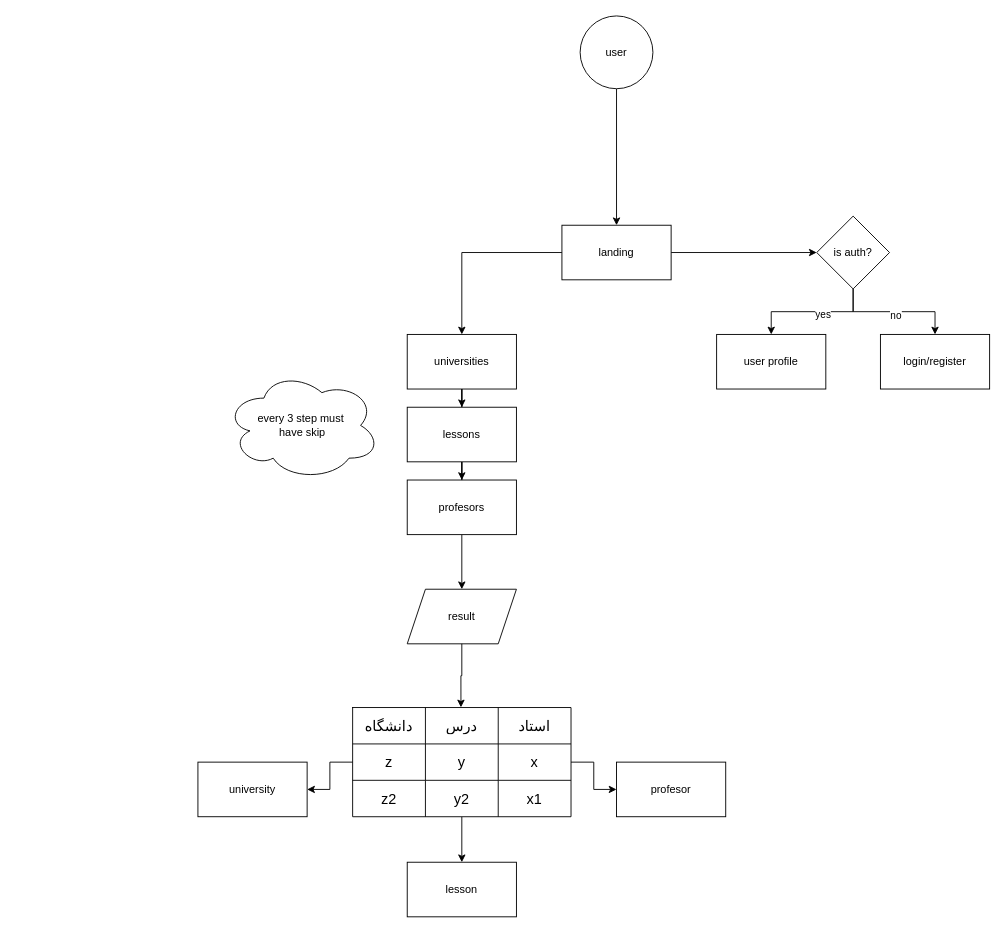
This is ostadbun-userFlow.drawio from ostadbun/docs, a draw.io file, before an edit. Source tidied: cells renumbered, new cells numbered last; positions are measured from the earlier drawing's top-left corner, leaving out a move shared by most shapes. Both pictures are drawn from the tidied source at 91%, with x=0, y=0 at pixel (197, 15).
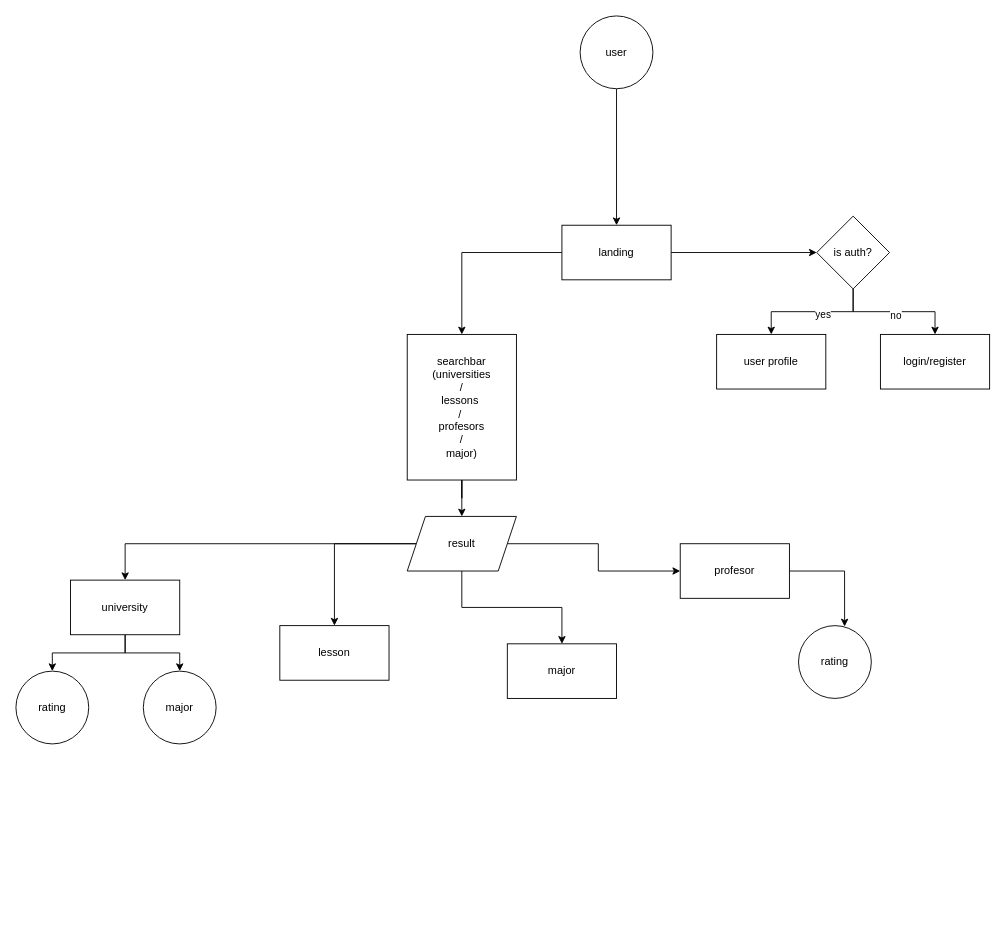
Above is the later version.

Diff of the diagram source:
```diff
@@
-    <mxCell id="7" style="edgeStyle=orthogonalEdgeStyle;rounded=0;jettySize=auto;html=1;" parent="1" edge="1" source="8" target="19">
-      <mxGeometry relative="1" as="geometry" />
+    <mxCell id="7" style="edgeStyle=orthogonalEdgeStyle;rounded=0;jettySize=auto;html=1;" parent="1" edge="1" source="8">
+      <mxGeometry relative="1" as="geometry">
+        <mxPoint x="290" y="430" as="targetPoint" />
+      </mxGeometry>
     </mxCell>
+    <mxCell id="42" style="edgeStyle=orthogonalEdgeStyle;rounded=0;jettySize=auto;html=1;" parent="1" edge="1" source="8" target="20">
+      <mxGeometry relative="1" as="geometry" />
+    </mxCell>
-    <mxCell id="8" value="universities" style="whiteSpace=wrap;html=1;" parent="1" vertex="1">
-      <mxGeometry x="230" y="350" width="120" height="60" as="geometry" />
+    <mxCell id="8" value="searchbar&lt;div&gt;(universities&lt;div&gt;/&lt;/div&gt;&lt;div&gt;lessons&amp;nbsp;&lt;br&gt;&lt;span style=&quot;background-color: transparent; color: light-dark(rgb(0, 0, 0), rgb(255, 255, 255));&quot;&gt;/&amp;nbsp;&lt;br&gt;&lt;/span&gt;&lt;span style=&quot;background-color: transparent; color: light-dark(rgb(0, 0, 0), rgb(255, 255, 255));&quot;&gt;profesors&lt;br&gt;/&lt;br&gt;major)&lt;/span&gt;&lt;/div&gt;&lt;/div&gt;" style="whiteSpace=wrap;html=1;" parent="1" vertex="1">
+      <mxGeometry x="230" y="350" width="120" height="160" as="geometry" />
     </mxCell>
-    <mxCell id="9" style="edgeStyle=orthogonalEdgeStyle;rounded=0;jettySize=auto;html=1;" parent="1" edge="1" source="10" target="20">
-      <mxGeometry relative="1" as="geometry" />
-    </mxCell>
-    <mxCell id="10" value="profesors" style="whiteSpace=wrap;html=1;" parent="1" vertex="1">
-      <mxGeometry x="230" y="510" width="120" height="60" as="geometry" />
-    </mxCell>
@@
-    <mxCell id="18" style="edgeStyle=orthogonalEdgeStyle;rounded=0;jettySize=auto;html=1;" parent="1" edge="1" source="19" target="10">
-      <mxGeometry relative="1" as="geometry" />
-    </mxCell>
-    <mxCell id="19" value="lessons" style="whiteSpace=wrap;html=1;" parent="1" vertex="1">
-      <mxGeometry x="230" y="430" width="120" height="60" as="geometry" />
-    </mxCell>
+    <mxCell id="43" style="edgeStyle=orthogonalEdgeStyle;rounded=0;jettySize=auto;html=1;" parent="1" edge="1" source="20" target="39">
+      <mxGeometry relative="1" as="geometry" />
+    </mxCell>
+    <mxCell id="44" style="edgeStyle=orthogonalEdgeStyle;rounded=0;jettySize=auto;html=1;" parent="1" edge="1" source="20" target="37">
+      <mxGeometry relative="1" as="geometry" />
+    </mxCell>
+    <mxCell id="45" style="edgeStyle=orthogonalEdgeStyle;rounded=0;jettySize=auto;html=1;" parent="1" edge="1" source="20" target="38">
+      <mxGeometry relative="1" as="geometry" />
+    </mxCell>
+    <mxCell id="46" style="edgeStyle=orthogonalEdgeStyle;rounded=0;jettySize=auto;html=1;" parent="1" edge="1" source="20" target="51">
+      <mxGeometry relative="1" as="geometry" />
+    </mxCell>
     <mxCell id="20" value="result" style="shape=parallelogram;perimeter=parallelogramPerimeter;whiteSpace=wrap;html=1;fixedSize=1;" parent="1" vertex="1">
-      <mxGeometry x="230" y="630" width="120" height="60" as="geometry" />
+      <mxGeometry x="230" y="550" width="120" height="60" as="geometry" />
     </mxCell>
-    <mxCell id="21" value="every 3 step must&amp;nbsp;&lt;div&gt;have skip&lt;/div&gt;" style="ellipse;shape=cloud;whiteSpace=wrap;html=1;" parent="1" vertex="1">
-      <mxGeometry x="30" y="390" width="170" height="120" as="geometry" />
-    </mxCell>
-    <mxCell id="22" style="edgeStyle=orthogonalEdgeStyle;rounded=0;jettySize=auto;html=1;" parent="1" edge="1" source="23" target="38">
-      <mxGeometry relative="1" as="geometry" />
-    </mxCell>
-    <mxCell id="23" style="shape=table;startSize=0;childLayout=tableLayout;fontSize=16;" parent="1" vertex="1">
-      <mxGeometry x="170" y="760" width="240" height="120" as="geometry" />
-    </mxCell>
-    <mxCell id="24" style="shape=tableRow;horizontal=0;startSize=0;swimlaneHead=0;swimlaneBody=0;strokeColor=inherit;top=0;left=0;bottom=0;right=0;fillColor=none;points=[[0,0.5],[1,0.5]];portConstraint=eastwest;fontSize=16;" parent="23" vertex="1">
-      <mxGeometry width="240" height="40" as="geometry" />
-    </mxCell>
-    <mxCell id="25" value="دانشگاه" style="shape=partialRectangle;html=1;whiteSpace=wrap;strokeColor=inherit;overflow=hidden;fillColor=none;top=0;left=0;bottom=0;right=0;fontSize=16;" parent="24" vertex="1">
-      <mxGeometry width="80" height="40" as="geometry" />
-    </mxCell>
-    <mxCell id="26" value="درس" style="shape=partialRectangle;html=1;whiteSpace=wrap;strokeColor=inherit;overflow=hidden;fillColor=none;top=0;left=0;bottom=0;right=0;fontSize=16;" parent="24" vertex="1">
-      <mxGeometry x="80" width="80" height="40" as="geometry" />
-    </mxCell>
-    <mxCell id="27" value="استاد" style="shape=partialRectangle;html=1;whiteSpace=wrap;strokeColor=inherit;overflow=hidden;fillColor=none;top=0;left=0;bottom=0;right=0;fontSize=16;" parent="24" vertex="1">
-      <mxGeometry x="160" width="80" height="40" as="geometry" />
-    </mxCell>
-    <mxCell id="28" style="shape=tableRow;horizontal=0;startSize=0;swimlaneHead=0;swimlaneBody=0;strokeColor=inherit;top=0;left=0;bottom=0;right=0;fillColor=none;points=[[0,0.5],[1,0.5]];portConstraint=eastwest;fontSize=16;" parent="23" vertex="1">
-      <mxGeometry y="40" width="240" height="40" as="geometry" />
-    </mxCell>
-    <mxCell id="29" value="z" style="shape=partialRectangle;html=1;whiteSpace=wrap;strokeColor=inherit;overflow=hidden;fillColor=none;top=0;left=0;bottom=0;right=0;fontSize=16;" parent="28" vertex="1">
-      <mxGeometry width="80" height="40" as="geometry" />
-    </mxCell>
-    <mxCell id="30" value="y" style="shape=partialRectangle;html=1;whiteSpace=wrap;strokeColor=inherit;overflow=hidden;fillColor=none;top=0;left=0;bottom=0;right=0;fontSize=16;" parent="28" vertex="1">
-      <mxGeometry x="80" width="80" height="40" as="geometry" />
-    </mxCell>
-    <mxCell id="31" value="x" style="shape=partialRectangle;html=1;whiteSpace=wrap;strokeColor=inherit;overflow=hidden;fillColor=none;top=0;left=0;bottom=0;right=0;fontSize=16;" parent="28" vertex="1">
-      <mxGeometry x="160" width="80" height="40" as="geometry" />
-    </mxCell>
-    <mxCell id="32" style="shape=tableRow;horizontal=0;startSize=0;swimlaneHead=0;swimlaneBody=0;strokeColor=inherit;top=0;left=0;bottom=0;right=0;fillColor=none;fontSize=16;" parent="23" vertex="1">
-      <mxGeometry y="80" width="240" height="40" as="geometry" />
-    </mxCell>
-    <mxCell id="33" value="z2" style="shape=partialRectangle;html=1;whiteSpace=wrap;strokeColor=inherit;overflow=hidden;fillColor=none;top=0;left=0;bottom=0;right=0;fontSize=16;" parent="32" vertex="1">
-      <mxGeometry width="80" height="40" as="geometry" />
-    </mxCell>
-    <mxCell id="34" value="y2" style="shape=partialRectangle;html=1;whiteSpace=wrap;strokeColor=inherit;overflow=hidden;fillColor=none;top=0;left=0;bottom=0;right=0;fontSize=16;" parent="32" vertex="1">
-      <mxGeometry x="80" width="80" height="40" as="geometry" />
-    </mxCell>
-    <mxCell id="35" value="x1" style="shape=partialRectangle;html=1;whiteSpace=wrap;strokeColor=inherit;overflow=hidden;fillColor=none;top=0;left=0;bottom=0;right=0;fontSize=16;" parent="32" vertex="1">
-      <mxGeometry x="160" width="80" height="40" as="geometry" />
-    </mxCell>
-    <mxCell id="36" style="edgeStyle=orthogonalEdgeStyle;rounded=0;jettySize=auto;html=1;entryX=0.496;entryY=-0.004;entryDx=0;entryDy=0;entryPerimeter=0;" parent="1" edge="1" source="20" target="24">
-      <mxGeometry relative="1" as="geometry" />
-    </mxCell>
+    <mxCell id="47" style="edgeStyle=orthogonalEdgeStyle;rounded=0;jettySize=auto;html=1;" parent="1" edge="1" source="37" target="49">
+      <mxGeometry relative="1" as="geometry" />
+    </mxCell>
+    <mxCell id="48" style="edgeStyle=orthogonalEdgeStyle;rounded=0;jettySize=auto;html=1;" parent="1" edge="1" source="37" target="50">
+      <mxGeometry relative="1" as="geometry" />
+    </mxCell>
     <mxCell id="37" value="university" style="whiteSpace=wrap;html=1;" parent="1" vertex="1">
-      <mxGeometry y="820" width="120" height="60" as="geometry" />
+      <mxGeometry x="-140" y="620" width="120" height="60" as="geometry" />
     </mxCell>
     <mxCell id="38" value="lesson" style="whiteSpace=wrap;html=1;" parent="1" vertex="1">
-      <mxGeometry x="230" y="930" width="120" height="60" as="geometry" />
+      <mxGeometry x="90" y="670" width="120" height="60" as="geometry" />
     </mxCell>
     <mxCell id="39" value="profesor" style="whiteSpace=wrap;html=1;" parent="1" vertex="1">
-      <mxGeometry x="460" y="820" width="120" height="60" as="geometry" />
+      <mxGeometry x="530" y="580" width="120" height="60" as="geometry" />
     </mxCell>
-    <mxCell id="40" style="edgeStyle=orthogonalEdgeStyle;rounded=0;jettySize=auto;html=1;" parent="1" edge="1" source="28" target="39">
-      <mxGeometry relative="1" as="geometry" />
-    </mxCell>
-    <mxCell id="41" style="edgeStyle=orthogonalEdgeStyle;rounded=0;jettySize=auto;html=1;" parent="1" edge="1" source="28" target="37">
-      <mxGeometry relative="1" as="geometry" />
-    </mxCell>
+    <mxCell id="49" value="rating" style="ellipse;whiteSpace=wrap;html=1;" parent="1" vertex="1">
+      <mxGeometry x="-200" y="720" width="80" height="80" as="geometry" />
+    </mxCell>
+    <mxCell id="50" value="major" style="ellipse;whiteSpace=wrap;html=1;" parent="1" vertex="1">
+      <mxGeometry x="-60" y="720" width="80" height="80" as="geometry" />
+    </mxCell>
+    <mxCell id="51" value="major" style="whiteSpace=wrap;html=1;" parent="1" vertex="1">
+      <mxGeometry x="340" y="690" width="120" height="60" as="geometry" />
+    </mxCell>
+    <mxCell id="52" value="rating" style="ellipse;whiteSpace=wrap;html=1;" parent="1" vertex="1">
+      <mxGeometry x="660" y="670" width="80" height="80" as="geometry" />
+    </mxCell>
+    <mxCell id="53" style="edgeStyle=orthogonalEdgeStyle;rounded=0;jettySize=auto;html=1;entryX=0.633;entryY=0.012;entryDx=0;entryDy=0;entryPerimeter=0;exitX=1;exitY=0.5;exitDx=0;exitDy=0;" parent="1" edge="1" source="39" target="52">
+      <mxGeometry relative="1" as="geometry" />
+    </mxCell>
```
